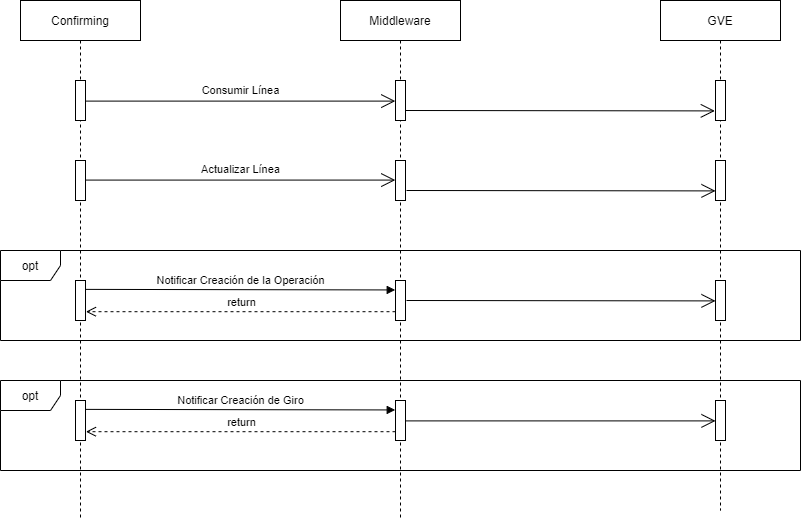
Above: Confirming/Diagrama_secuencia_gve_confirming.png in Derivatik/Recursos-Documentacion (draw.io), before the change. Source tidied: cells renumbered, new cells last; positions are measured from the earlier drawing's top-left corner, leaving out a move shared by most shapes.
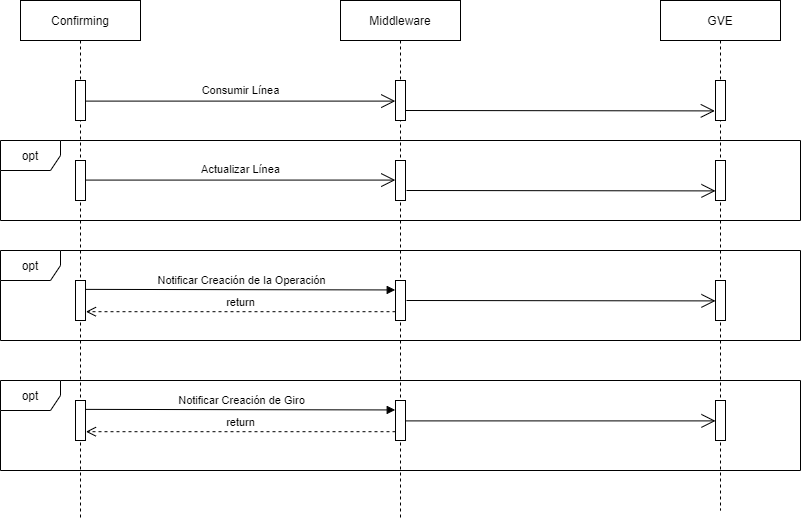
Above is the later version.

Commit message:
diagrama gve

The edit, as a diff of the source:
```diff
@@ -104,5 +104,8 @@
     <mxCell id="30" value="opt" style="shape=umlFrame;whiteSpace=wrap;html=1;" parent="1" vertex="1">
       <mxGeometry y="380" width="800" height="90" as="geometry" />
     </mxCell>
+    <mxCell id="31" value="opt" style="shape=umlFrame;whiteSpace=wrap;html=1;" parent="1" vertex="1">
+      <mxGeometry y="140" width="800" height="80" as="geometry" />
+    </mxCell>
   </root>
 </mxGraphModel>
```
